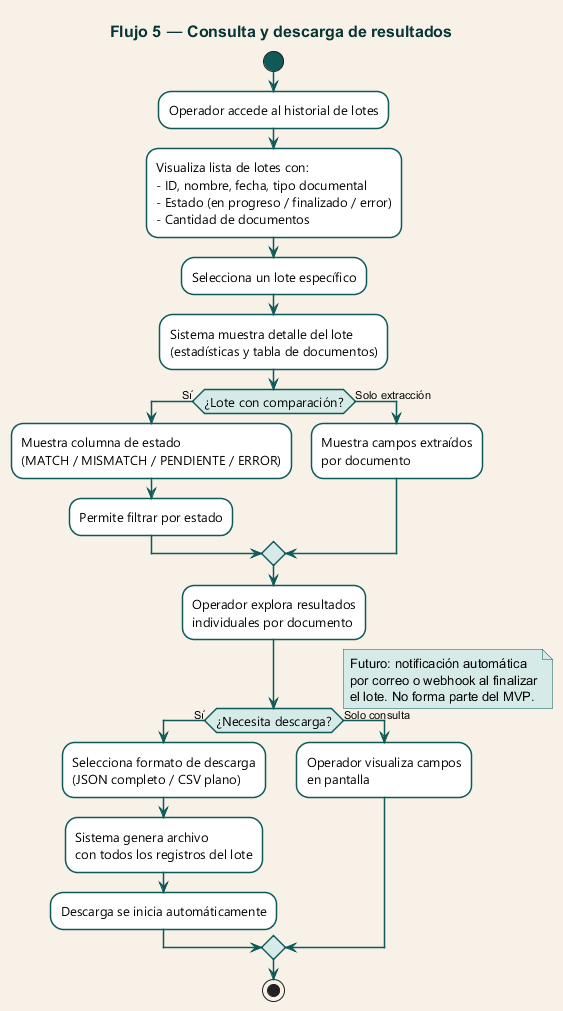
Earlier version of the PlantUML export RAG/assets/img/diagramas/tobefuncional/flujo-resultados.png (sedibuc/documentacion_cintel). Its diagram source:
```plantuml
@startuml flujo-resultados
skinparam backgroundColor #f7f1e7
skinparam activity {
  BackgroundColor #ffffff
  BorderColor #0f5a58
  BorderThickness 1.5
  FontSize 13
  FontName "Segoe UI"
  ArrowColor #0f5a58
  ArrowFontSize 11
  StartColor #0f5a58
  EndColor #073534
  DiamondBackgroundColor #d6ebe8
  DiamondBorderColor #0f5a58
}
skinparam note {
  BackgroundColor #d6ebe8
  BorderColor #0f5a58
}
skinparam title {
  FontSize 16
  FontStyle bold
  FontColor #073534
}

title Flujo 5 — Consulta y descarga de resultados

start
:Operador accede al historial de lotes;
:Visualiza lista de lotes con:\n- ID, nombre, fecha, tipo documental\n- Estado (en progreso / finalizado / error)\n- Cantidad de documentos;

:Selecciona un lote específico;
:Sistema muestra detalle del lote\n(estadísticas y tabla de documentos);

if (¿Lote con comparación?) then (Sí)
  :Muestra columna de estado\n(MATCH / MISMATCH / PENDIENTE / ERROR);
  :Permite filtrar por estado;
else (Solo extracción)
  :Muestra campos extraídos\npor documento;
endif

:Operador explora resultados\nindividuales por documento;

if (¿Necesita descarga?) then (Sí)
  :Selecciona formato de descarga\n(JSON completo / CSV plano);
  :Sistema genera archivo\ncon todos los registros del lote;
  :Descarga se inicia automáticamente;
else (Solo consulta)
  :Operador visualiza campos\nen pantalla;
endif

note right
  Futuro: notificación automática
  por correo o webhook al finalizar
  el lote. No forma parte del MVP.
end note
stop

@enduml
```
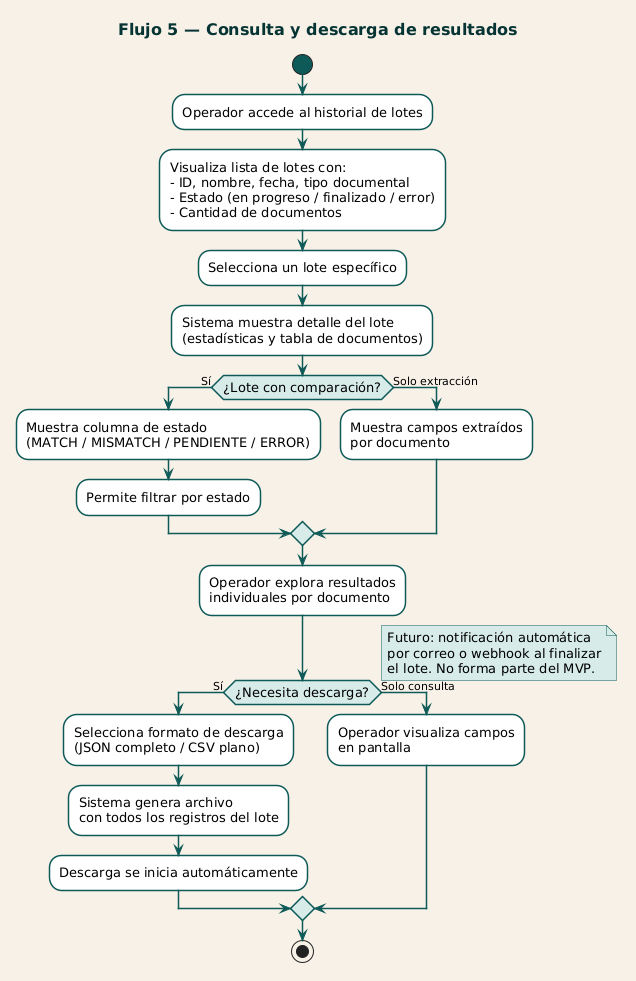
The same file after the commit.

What changed in the source:
```diff
@@ -1,4 +1,4 @@
-@startuml flujo-resultados
+@startuml
 skinparam backgroundColor #f7f1e7
 skinparam activity {
   BackgroundColor #ffffff
@@ -55,5 +55,4 @@
   el lote. No forma parte del MVP.
 end note
 stop
-
 @enduml
```
